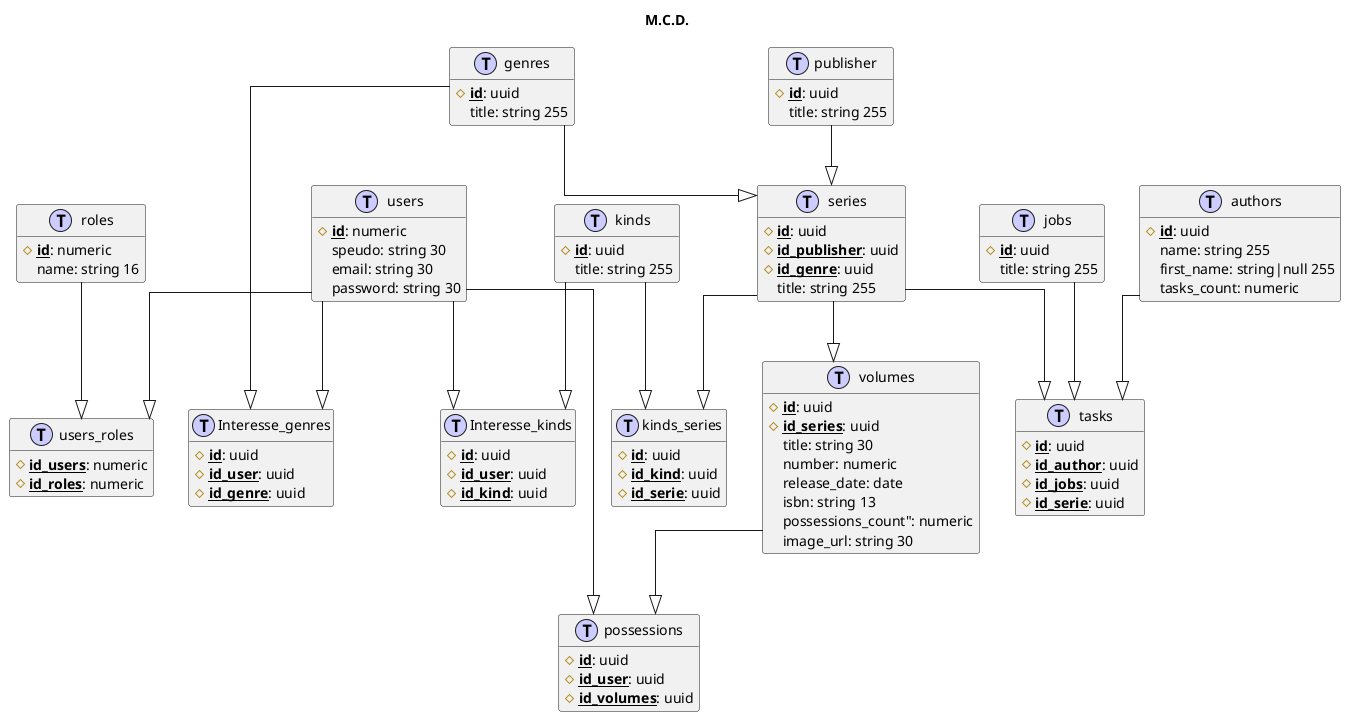
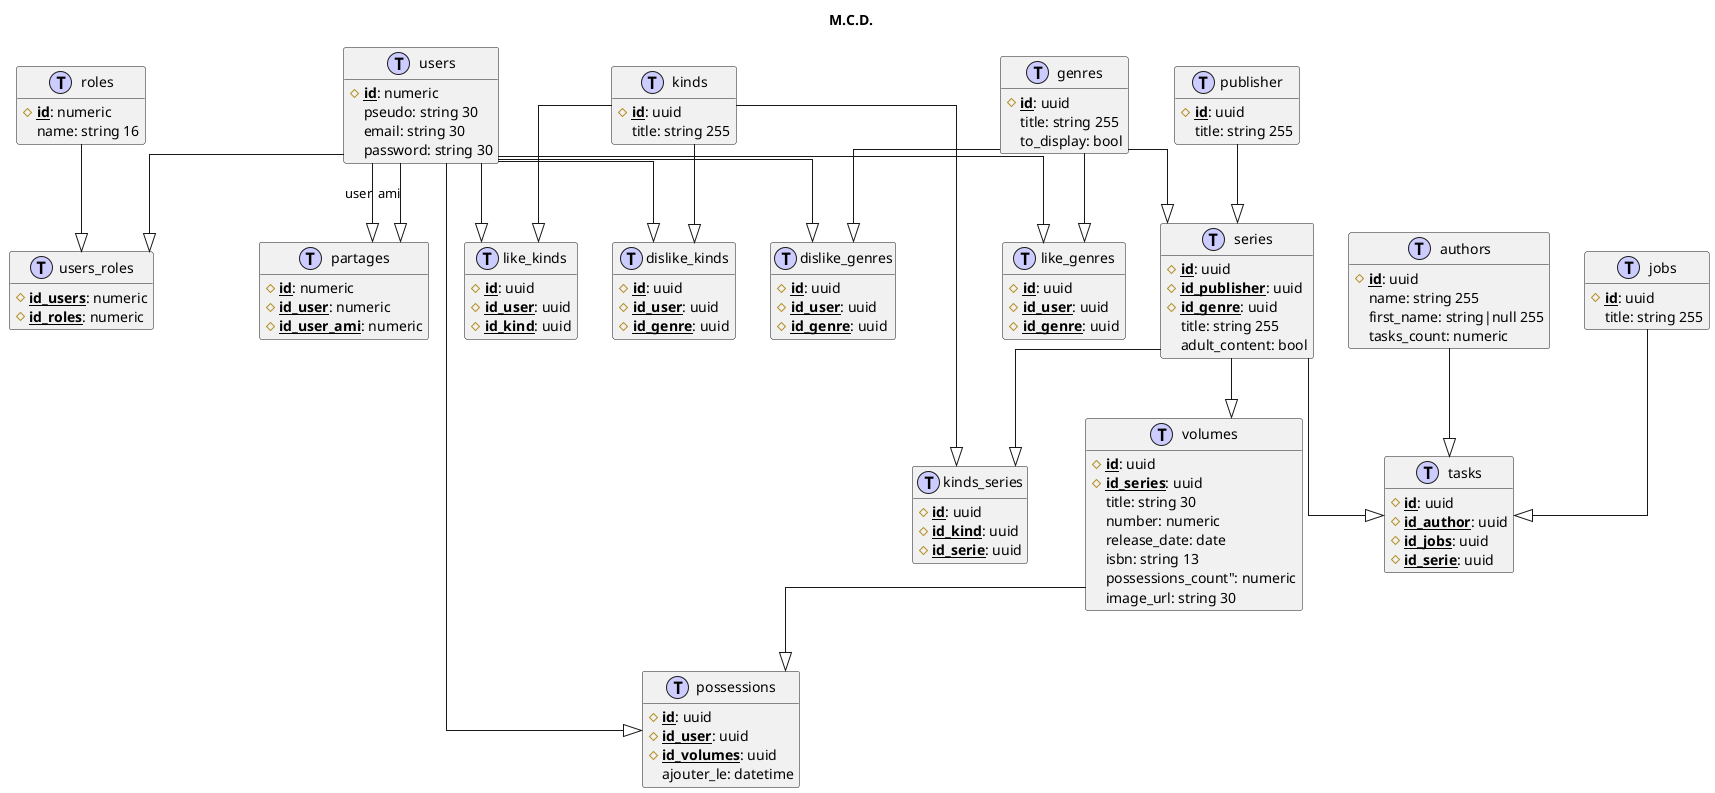
@startuml
!define table(x) class x << (T,#CCCCFF) >>
!define view(x) class x << (V,#CCFFCC) >>
!define pk(x) #<u><b>x</b></u>
!define un(x) -<b>x</b>
!define ix(x) +<b>x</b>
!define fk(x,y) ~x <i>references y</i>
!define pfk(x,y) #<u><b>x</b></u> <i>references y</i>
!define ifk(x,y) +<b>x</b> <i>references y</i>
!define ufk(x,y) -<b>x</b> <i>references y</i>
!define default(x) =x
!define ai() <b>AutoInc</b>
!define numberAi() number default(ai())
!define todo(x) <u>⚠️TODO :</u> x
!procedure traking()
  createdAt: datetime
  createdBy: string 255
  updatedAt: datetime
  updatedBy: string 255
!endprocedure
hide methods
hide stereotypes
skinparam linetype ortho

title M.C.D.

table(roles) {
  pk(id): numeric
  name: string 16
}

table(users) {
  pk(id): numeric
-   speudo: string 30
+   pseudo: string 30
  email: string 30
  password: string 30
+ }
+ 
+ table(partages) {
+   pk(id): numeric
+   pk(id_user): numeric
+   pk(id_user_ami): numeric
}

table(users_roles) {
  pk(id_users): numeric
  pk(id_roles): numeric
}

table(volumes) {
  pk(id): uuid
  pk(id_series): uuid
  title: string 30
  number: numeric
  release_date: date
  isbn: string 13
  possessions_count": numeric
  image_url: string 30
}

table(possessions) {
  pk(id): uuid
  pk(id_user): uuid
  pk(id_volumes): uuid
+   ajouter_le: datetime
}

table(series) {
  pk(id): uuid
  pk(id_publisher): uuid
  pk(id_genre): uuid
  title: string 255
+   adult_content: bool
}

table(kinds_series) {
  pk(id): uuid
  pk(id_kind): uuid
  pk(id_serie): uuid
}

table(kinds) {
  pk(id): uuid
  title: string 255
}

table(publisher) {
  pk(id): uuid
  title: string 255
}

table(genres) {
  pk(id): uuid
  title: string 255
+   to_display: bool
}

table(tasks) {
  pk(id): uuid
  pk(id_author): uuid
  pk(id_jobs): uuid
  pk(id_serie): uuid
}

table(authors) {
  pk(id): uuid
  name: string 255
  first_name: string|null 255
  tasks_count: numeric
}

table(jobs) {
  pk(id): uuid
  title: string 255
}

- table(Interesse_kinds) {
+ table(like_kinds) {
  pk(id): uuid
  pk(id_user): uuid
  pk(id_kind): uuid
}

- table(Interesse_genres) {
+ table(like_genres) {
+   pk(id): uuid
+   pk(id_user): uuid
+   pk(id_genre): uuid
+ }
+ 
+ table(dislike_genres) {
+   pk(id): uuid
+   pk(id_user): uuid
+   pk(id_genre): uuid
+ }
+ 
+ table(dislike_kinds) {
  pk(id): uuid
  pk(id_user): uuid
  pk(id_genre): uuid
}

users  --|> users_roles
roles --|> users_roles

+ users --|> partages : user
+ users --|> partages : ami
+ 
users  --|> possessions
volumes --|> possessions

series  --|> kinds_series
kinds --|> kinds_series

- users  --|> Interesse_kinds
- kinds --|> Interesse_kinds
+ users  --|> like_kinds
+ kinds --|> like_kinds

- users  --|> Interesse_genres
- genres --|> Interesse_genres
+ users  --|> like_genres
+ genres --|> like_genres
+ 
+ users  --|> dislike_genres
+ genres  --|> dislike_genres
+ 
+ users  --|> dislike_kinds
+ kinds  --|> dislike_kinds
+ 

authors  --|> tasks
jobs --|> tasks
series --|> tasks

series --|> volumes

publisher --|> series

genres --|> series
@enduml